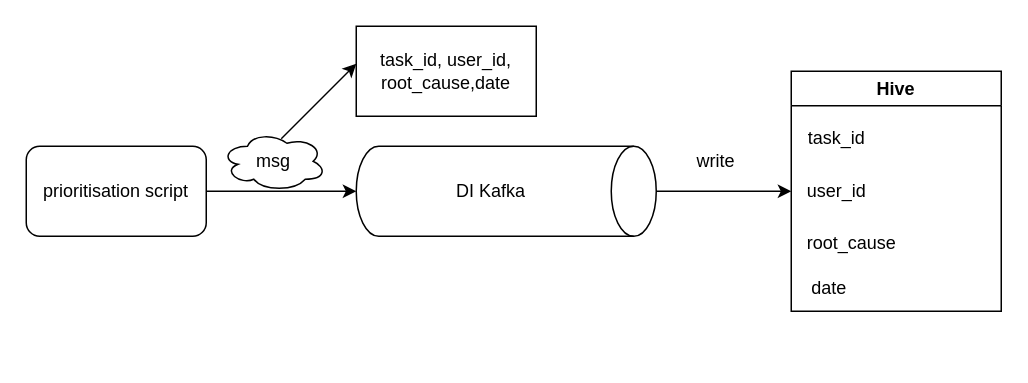
Earlier version of the draw.io diagram prioritisation tracing.drawio (zzw55486402/20200626). Source tidied: cells renumbered, new cells numbered last; positions are measured from the earlier drawing's top-left corner, leaving out a move shared by most shapes. Both pictures are drawn from the tidied source at 150%, with x=0, y=0 at pixel (26, 26).
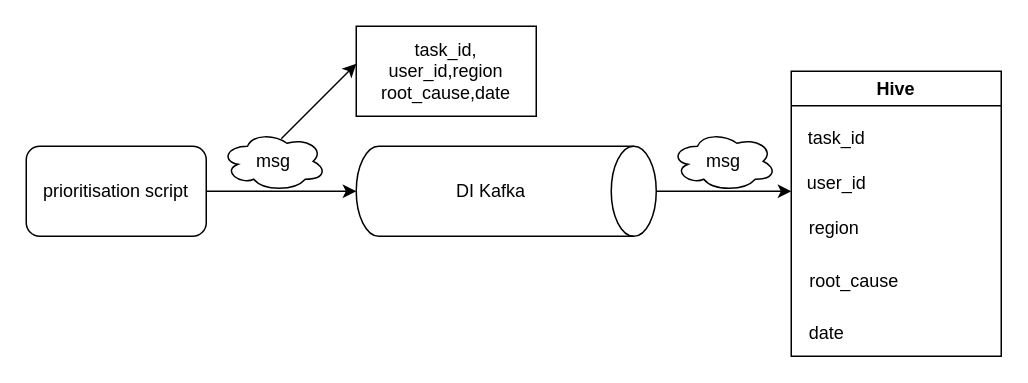
Above is the later version.

Diff of the diagram source:
```diff
@@
 <mxGraphModel>
   <root>
     <mxCell id="0" />
     <mxCell id="1" parent="0" />
     <mxCell id="2" style="shape=cylinder3;whiteSpace=wrap;html=1;boundedLbl=1;backgroundOutline=1;size=15;rotation=90;" parent="1" vertex="1">
       <mxGeometry x="290" y="10" width="60" height="200" as="geometry" />
     </mxCell>
     <mxCell id="3" value="DI Kafka" style="text;html=1;strokeColor=none;fillColor=none;align=center;verticalAlign=middle;whiteSpace=wrap;rounded=0;" parent="1" vertex="1">
       <mxGeometry x="280" y="95" width="60" height="30" as="geometry" />
     </mxCell>
     <mxCell id="4" value="prioritisation script" style="rounded=1;whiteSpace=wrap;html=1;" parent="1" vertex="1">
       <mxGeometry y="80" width="120" height="60" as="geometry" />
     </mxCell>
     <mxCell id="5" style="endArrow=classic;html=1;rounded=0;exitX=1;exitY=0.5;exitDx=0;exitDy=0;entryX=0.5;entryY=1;entryDx=0;entryDy=0;entryPerimeter=0;" parent="1" edge="1" source="4" target="2">
       <mxGeometry relative="1" as="geometry" />
     </mxCell>
     <mxCell id="6" value="msg" style="ellipse;shape=cloud;whiteSpace=wrap;html=1;" parent="1" vertex="1">
       <mxGeometry x="130" y="70" width="70" height="40" as="geometry" />
     </mxCell>
     <mxCell id="7" style="endArrow=classic;html=1;rounded=0;exitX=0.5;exitY=0;exitDx=0;exitDy=0;exitPerimeter=0;" parent="1" edge="1" source="2">
       <mxGeometry relative="1" as="geometry">
         <mxPoint x="510" y="110" as="targetPoint" />
       </mxGeometry>
     </mxCell>
-    <mxCell id="8" value="write" style="text;html=1;strokeColor=none;fillColor=none;align=center;verticalAlign=middle;whiteSpace=wrap;rounded=0;" parent="1" vertex="1">
-      <mxGeometry x="430" y="75" width="60" height="30" as="geometry" />
-    </mxCell>
     <mxCell id="9" style="endArrow=classic;html=1;rounded=0;" parent="1" edge="1">
       <mxGeometry relative="1" as="geometry">
         <mxPoint x="170" y="75" as="sourcePoint" />
         <mxPoint x="220" y="25" as="targetPoint" />
       </mxGeometry>
     </mxCell>
-    <mxCell id="10" value="task_id, user_id, root_cause,date" style="rounded=0;whiteSpace=wrap;html=1;" parent="1" vertex="1">
+    <mxCell id="10" value="task_id, user_id,region root_cause,date" style="rounded=0;whiteSpace=wrap;html=1;" parent="1" vertex="1">
       <mxGeometry x="220" width="120" height="60" as="geometry" />
     </mxCell>
     <mxCell id="11" value="Hive" style="swimlane;whiteSpace=wrap;html=1;" parent="1" vertex="1">
-      <mxGeometry x="510" y="30" width="140" height="160" as="geometry" />
+      <mxGeometry x="510" y="30" width="140" height="190" as="geometry" />
     </mxCell>
     <mxCell id="12" value="task_id" style="text;html=1;align=center;verticalAlign=middle;strokeColor=none;fillColor=none;" parent="11" vertex="1">
       <mxGeometry y="30" width="60" height="30" as="geometry" />
     </mxCell>
     <mxCell id="13" value="user_id" style="text;html=1;align=center;verticalAlign=middle;strokeColor=none;fillColor=none;" parent="11" vertex="1">
-      <mxGeometry y="65" width="60" height="30" as="geometry" />
+      <mxGeometry y="60" width="60" height="30" as="geometry" />
     </mxCell>
-    <mxCell id="14" value="root_cause" style="text;html=1;align=center;verticalAlign=middle;strokeColor=none;fillColor=none;" parent="11" vertex="1">
-      <mxGeometry y="100" width="80" height="30" as="geometry" />
+    <mxCell id="14" value="&amp;nbsp;root_cause" style="text;html=1;align=center;verticalAlign=middle;strokeColor=none;fillColor=none;" parent="11" vertex="1">
+      <mxGeometry x="-5" y="125" width="90" height="30" as="geometry" />
     </mxCell>
-    <mxCell id="15" value="date" style="text;html=1;align=center;verticalAlign=middle;strokeColor=none;fillColor=none;" parent="11" vertex="1">
-      <mxGeometry y="130" width="50" height="30" as="geometry" />
+    <mxCell id="15" value="&amp;nbsp; date" style="text;html=1;align=center;verticalAlign=middle;strokeColor=none;fillColor=none;" parent="11" vertex="1">
+      <mxGeometry x="-5" y="160" width="50" height="30" as="geometry" />
     </mxCell>
+    <mxCell id="16" value="&amp;nbsp; region" style="text;html=1;align=center;verticalAlign=middle;strokeColor=none;fillColor=none;" parent="11" vertex="1">
+      <mxGeometry x="-5" y="90" width="60" height="30" as="geometry" />
+    </mxCell>
+    <mxCell id="17" value="msg" style="ellipse;shape=cloud;whiteSpace=wrap;html=1;" parent="1" vertex="1">
+      <mxGeometry x="430" y="70" width="70" height="40" as="geometry" />
+    </mxCell>
   </root>
 </mxGraphModel>
```
